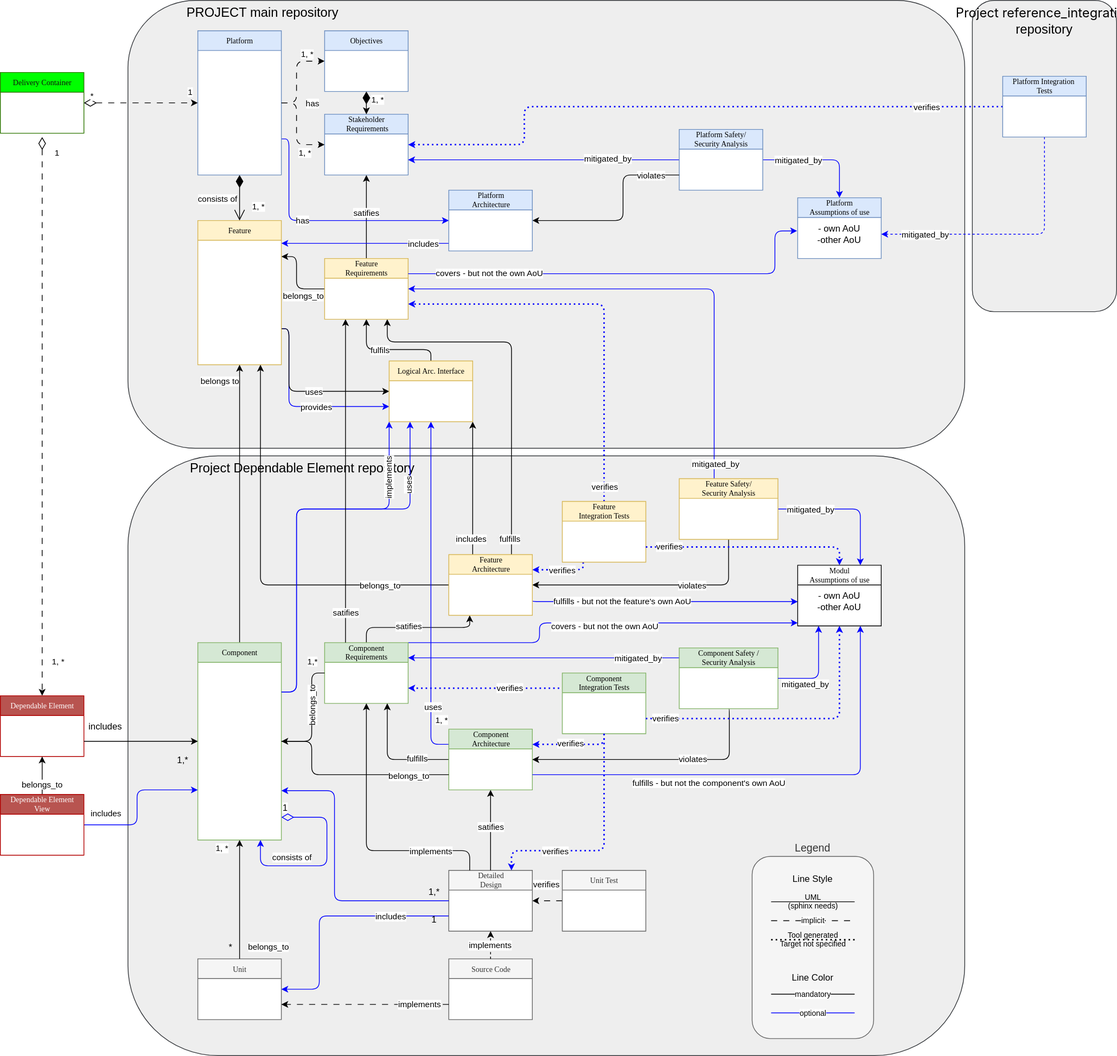
The draw.io diagram process/general_concepts/_assets/score_building_blocks_meta_model_deployment_example.drawio.svg in eclipse-score/process_description, before a commit. Source tidied: cells renumbered, new cells last; positions are measured from the earlier drawing's top-left corner, leaving out a move shared by most shapes.
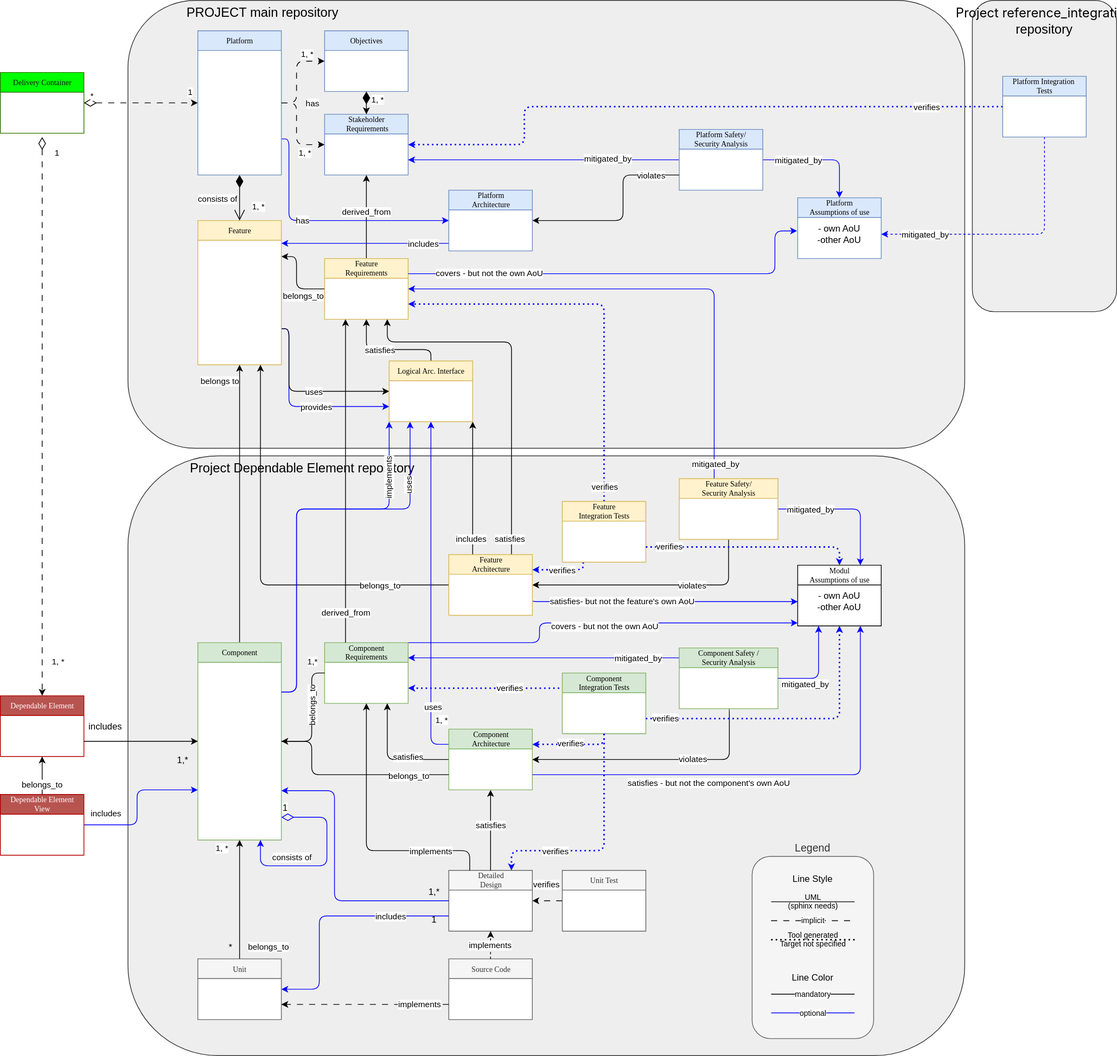
Above is the later version.

Diff of the diagram source:
```diff
@@ -84,7 +84,7 @@
         </Array>
       </mxGeometry>
     </mxCell>
-    <mxCell id="19" value="fulfills" style="edgeLabel;html=1;align=center;verticalAlign=middle;" parent="18" vertex="1">
+    <mxCell id="19" value="satisfies" style="edgeLabel;html=1;align=center;verticalAlign=middle;" parent="18" vertex="1">
       <mxGeometry x="0.11" y="1" relative="1" as="geometry">
         <mxPoint x="-2" y="244" as="offset" />
       </mxGeometry>
@@ -108,19 +108,6 @@
     <mxCell id="22" value="belongs_to" style="edgeLabel;html=1;align=center;verticalAlign=middle;" parent="21" vertex="1">
       <mxGeometry x="-0.66" relative="1" as="geometry" />
     </mxCell>
-    <mxCell id="23" style="edgeStyle=orthogonalEdgeStyle;rounded=1;jettySize=auto;html=1;entryX=0.25;entryY=1;entryDx=0;entryDy=0;endArrow=classic;endFill=1;exitX=0.5;exitY=0;exitDx=0;exitDy=0;curved=0;" parent="1" edge="1" source="27" target="150">
-      <mxGeometry relative="1" as="geometry">
-        <Array as="points">
-          <mxPoint x="515" y="826" />
-          <mxPoint x="665" y="826" />
-        </Array>
-      </mxGeometry>
-    </mxCell>
-    <mxCell id="24" value="satifies" style="edgeLabel;html=1;align=center;verticalAlign=middle;" parent="23" vertex="1">
-      <mxGeometry x="0.06" y="6" relative="1" as="geometry">
-        <mxPoint x="-16" y="4" as="offset" />
-      </mxGeometry>
-    </mxCell>
     <mxCell id="25" style="edgeStyle=orthogonalEdgeStyle;rounded=1;jettySize=auto;html=1;exitX=1;exitY=0;exitDx=0;exitDy=0;strokeColor=#0000FF;curved=0;" parent="1" edge="1" source="27">
       <mxGeometry relative="1" as="geometry">
         <mxPoint x="1050" y="820" as="targetPoint" />
@@ -194,7 +181,7 @@
         <mxPoint x="55" y="80" as="targetPoint" />
       </mxGeometry>
     </mxCell>
-    <mxCell id="40" value="satifies" style="edgeLabel;html=1;align=center;verticalAlign=middle;" parent="39" vertex="1">
+    <mxCell id="40" value="derived_from" style="edgeLabel;html=1;align=center;verticalAlign=middle;" parent="39" vertex="1">
       <mxGeometry x="0.11" y="1" relative="1" as="geometry" />
     </mxCell>
     <mxCell id="41" style="endArrow=classic;dashed=1;endFill=1;endSize=6;html=1;rounded=0;fontSize=8;fontColor=#FF0000;exitX=0;exitY=0.75;exitDx=0;exitDy=0;entryX=1;entryY=0.75;entryDx=0;entryDy=0;dashPattern=8 8;" parent="1" edge="1" source="37" target="34">
@@ -279,8 +266,10 @@
         </Array>
       </mxGeometry>
     </mxCell>
-    <mxCell id="57" value="fulfills" style="edgeLabel;html=1;align=center;verticalAlign=middle;" parent="56" vertex="1">
-      <mxGeometry x="-0.45" y="-2" relative="1" as="geometry" />
+    <mxCell id="57" value="satisfies" style="edgeLabel;html=1;align=center;verticalAlign=middle;" parent="56" vertex="1">
+      <mxGeometry x="-0.45" y="-2" relative="1" as="geometry">
+        <mxPoint x="-12" y="-2" as="offset" />
+      </mxGeometry>
     </mxCell>
     <mxCell id="58" value="uses" style="edgeStyle=orthogonalEdgeStyle;html=1;exitX=0;exitY=0.25;exitDx=0;exitDy=0;entryX=0.5;entryY=1;entryDx=0;entryDy=0;strokeColor=#0000FF;verticalAlign=top;spacing=0;" parent="1" edge="1" source="60" target="121">
       <mxGeometry x="-0.63" y="-3" relative="1" as="geometry" />
@@ -318,9 +307,9 @@
     <mxCell id="65" style="edgeStyle=orthogonalEdgeStyle;rounded=1;jettySize=auto;html=1;entryX=0.5;entryY=1;entryDx=0;entryDy=0;endArrow=classic;endFill=1;exitX=0.5;exitY=0;exitDx=0;exitDy=0;curved=0;" parent="1" edge="1" source="63" target="60">
       <mxGeometry relative="1" as="geometry" />
     </mxCell>
-    <mxCell id="66" value="satifies" style="edgeLabel;html=1;align=center;verticalAlign=middle;" parent="65" vertex="1">
+    <mxCell id="66" value="satisfies" style="edgeLabel;html=1;align=center;verticalAlign=middle;" parent="65" vertex="1">
       <mxGeometry x="0.06" y="6" relative="1" as="geometry">
-        <mxPoint x="6" y="-2" as="offset" />
+        <mxPoint x="6" y="-4" as="offset" />
       </mxGeometry>
     </mxCell>
     <mxCell id="67" style="edgeStyle=orthogonalEdgeStyle;rounded=1;jettySize=auto;html=1;endArrow=classic;endFill=1;exitX=0.25;exitY=0;exitDx=0;exitDy=0;entryX=0.5;entryY=1;entryDx=0;entryDy=0;curved=0;" parent="1" edge="1" source="63" target="27">
@@ -579,7 +568,7 @@
     <mxCell id="119" value="&lt;span style=&quot;&quot;&gt;violates&lt;/span&gt;" style="edgeLabel;html=1;align=center;verticalAlign=middle;labelBackgroundColor=#FFFFFF;" parent="118" vertex="1">
       <mxGeometry x="-0.7" relative="1" as="geometry" />
     </mxCell>
-    <mxCell id="120" value="fulfils" style="edgeStyle=orthogonalEdgeStyle;html=1;entryX=0.5;entryY=1;entryDx=0;entryDy=0;exitX=0.5;exitY=0;exitDx=0;exitDy=0;strokeColor=#000000;verticalAlign=bottom;" parent="1" edge="1" source="121" target="155">
+    <mxCell id="120" value="satisfies" style="edgeStyle=orthogonalEdgeStyle;html=1;entryX=0.5;entryY=1;entryDx=0;entryDy=0;exitX=0.5;exitY=0;exitDx=0;exitDy=0;strokeColor=#000000;verticalAlign=bottom;" parent="1" edge="1" source="121" target="155">
       <mxGeometry x="0.17" y="10" relative="1" as="geometry">
         <Array as="points">
           <mxPoint x="567" y="460" />
@@ -688,7 +677,7 @@
         </Array>
       </mxGeometry>
     </mxCell>
-    <mxCell id="140" value="fulfills - but not the feature's own AoU" style="edgeLabel;html=1;align=center;verticalAlign=middle;" parent="139" vertex="1">
+    <mxCell id="140" value="satisfies- but not the feature's own AoU" style="edgeLabel;html=1;align=center;verticalAlign=middle;" parent="139" vertex="1">
       <mxGeometry x="0.32" y="-1" relative="1" as="geometry" />
     </mxCell>
     <mxCell id="141" style="edgeStyle=orthogonalEdgeStyle;rounded=1;jettySize=auto;html=1;exitX=0.75;exitY=1;exitDx=0;exitDy=0;strokeColor=#0000ff;startArrow=classic;startFill=1;endArrow=none;endFill=0;entryX=1;entryY=0.75;entryDx=0;entryDy=0;" parent="1" edge="1" source="151" target="60">
@@ -698,7 +687,7 @@
         </Array>
       </mxGeometry>
     </mxCell>
-    <mxCell id="142" value="fulfills - but not the component's own AoU" style="edgeLabel;html=1;align=center;verticalAlign=middle;" parent="141" vertex="1">
+    <mxCell id="142" value="satisfies - but not the component's own AoU" style="edgeLabel;html=1;align=center;verticalAlign=middle;" parent="141" vertex="1">
       <mxGeometry x="0.35" y="-2" relative="1" as="geometry">
         <mxPoint x="29" y="12" as="offset" />
       </mxGeometry>
@@ -753,7 +742,7 @@
     <mxCell id="153" style="edgeStyle=orthogonalEdgeStyle;rounded=0;jettySize=auto;html=1;endArrow=classic;endFill=1;exitX=0.25;exitY=0;exitDx=0;exitDy=0;entryX=0.25;entryY=1;entryDx=0;entryDy=0;" parent="1" edge="1" source="27" target="155">
       <mxGeometry relative="1" as="geometry" />
     </mxCell>
-    <mxCell id="154" value="&lt;span style=&quot;caret-color: rgb(0, 0, 0);&quot;&gt;satifies&lt;/span&gt;" style="edgeLabel;html=1;align=center;verticalAlign=middle;" parent="153" vertex="1">
+    <mxCell id="154" value="&lt;span style=&quot;caret-color: rgb(0, 0, 0);&quot;&gt;derived_from&lt;/span&gt;" style="edgeLabel;html=1;align=center;verticalAlign=middle;" parent="153" vertex="1">
       <mxGeometry x="-0.81" y="1" relative="1" as="geometry">
         <mxPoint x="1" as="offset" />
       </mxGeometry>
```
